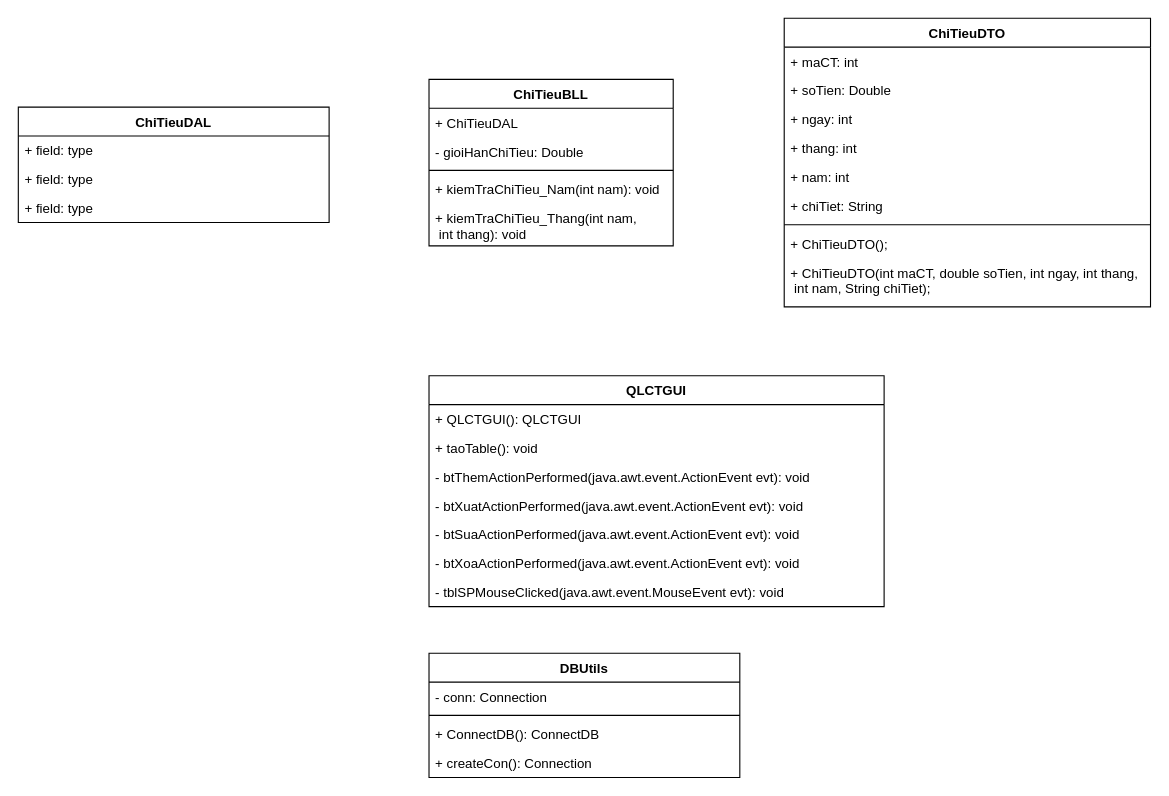
Before: Diagrams/ClassDiagrams.drawio in AkallHuynh/IS216.L21.HTCL-Java, a draw.io diagram. Source tidied: cells renumbered, new cells numbered last; positions are measured from the earlier drawing's top-left corner, leaving out a move shared by most shapes. Both pictures are drawn from the tidied source at 111%, with x=0, y=0 at pixel (18, 18).
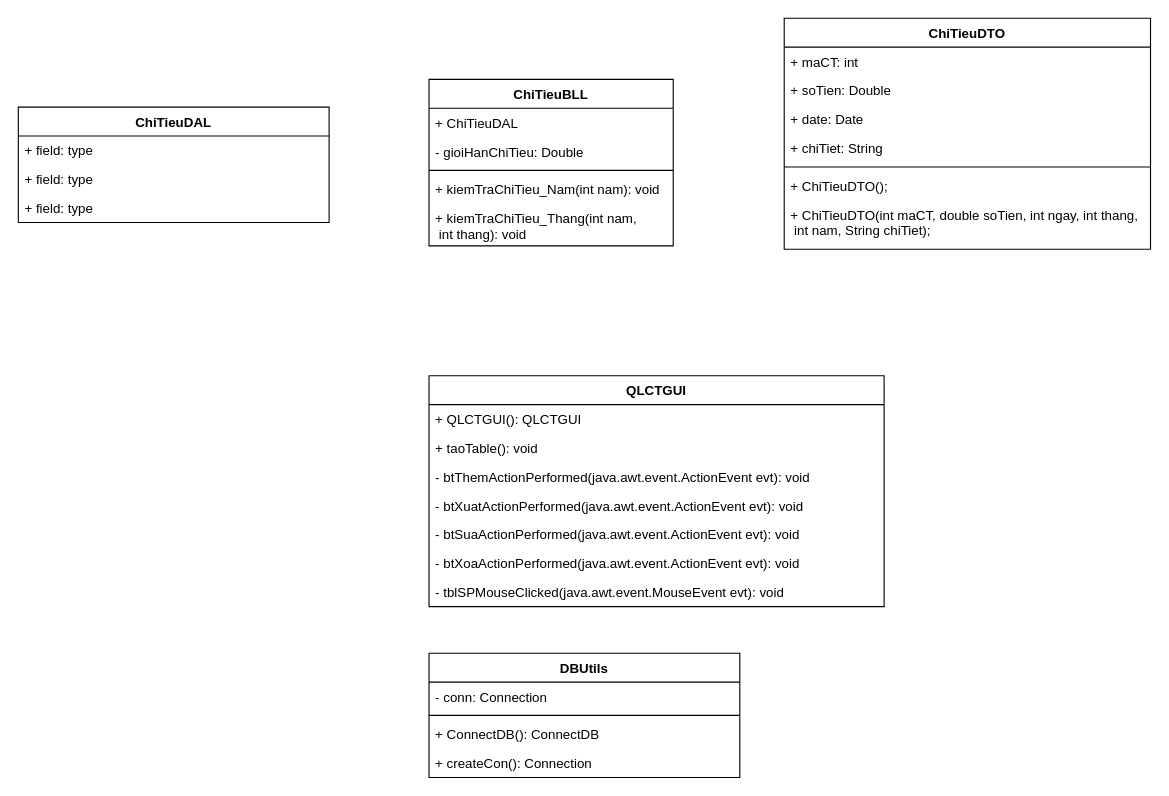
The same page after the edit.

Change to the diagram source:
```diff
@@
     <mxCell id="2" value="ChiTieuDTO" style="swimlane;fontStyle=1;align=center;verticalAlign=top;horizontal=1;startSize=26;" parent="1" vertex="1">
-      <mxGeometry x="690" width="330" height="260" as="geometry" />
+      <mxGeometry x="690" width="330" height="208" as="geometry" />
     </mxCell>
@@
-    <mxCell id="5" value="+ ngay: int" style="text;strokeColor=none;fillColor=none;align=left;verticalAlign=top;spacingLeft=4;spacingRight=4;overflow=hidden;" parent="2" vertex="1">
+    <mxCell id="5" value="+ date: Date" style="text;strokeColor=none;fillColor=none;align=left;verticalAlign=top;spacingLeft=4;spacingRight=4;overflow=hidden;" parent="2" vertex="1">
       <mxGeometry y="78" width="330" height="26" as="geometry" />
     </mxCell>
-    <mxCell id="6" value="+ thang: int" style="text;strokeColor=none;fillColor=none;align=left;verticalAlign=top;spacingLeft=4;spacingRight=4;overflow=hidden;" parent="2" vertex="1">
-      <mxGeometry y="104" width="330" height="26" as="geometry" />
-    </mxCell>
-    <mxCell id="7" value="+ nam: int" style="text;strokeColor=none;fillColor=none;align=left;verticalAlign=top;spacingLeft=4;spacingRight=4;overflow=hidden;" parent="2" vertex="1">
-      <mxGeometry y="130" width="330" height="26" as="geometry" />
-    </mxCell>
     <mxCell id="8" value="+ chiTiet: String" style="text;strokeColor=none;fillColor=none;align=left;verticalAlign=top;spacingLeft=4;spacingRight=4;overflow=hidden;" parent="2" vertex="1">
-      <mxGeometry y="156" width="330" height="26" as="geometry" />
+      <mxGeometry y="104" width="330" height="26" as="geometry" />
     </mxCell>
     <mxCell id="9" style="line;strokeWidth=1;fillColor=none;align=left;verticalAlign=middle;spacingTop=-1;spacingLeft=3;spacingRight=3;labelPosition=right;" parent="2" vertex="1">
-      <mxGeometry y="182" width="330" height="8" as="geometry" />
+      <mxGeometry y="130" width="330" height="8" as="geometry" />
     </mxCell>
     <mxCell id="10" value="+ ChiTieuDTO();" style="text;strokeColor=none;fillColor=none;align=left;verticalAlign=top;spacingLeft=4;spacingRight=4;overflow=hidden;" parent="2" vertex="1">
-      <mxGeometry y="190" width="330" height="26" as="geometry" />
+      <mxGeometry y="138" width="330" height="26" as="geometry" />
     </mxCell>
     <mxCell id="11" value="+ ChiTieuDTO(int maCT, double soTien, int ngay, int thang,&#10; int nam, String chiTiet);&#10;" style="text;strokeColor=none;fillColor=none;align=left;verticalAlign=top;spacingLeft=4;spacingRight=4;overflow=hidden;" parent="2" vertex="1">
-      <mxGeometry y="216" width="330" height="44" as="geometry" />
+      <mxGeometry y="164" width="330" height="44" as="geometry" />
     </mxCell>
```
